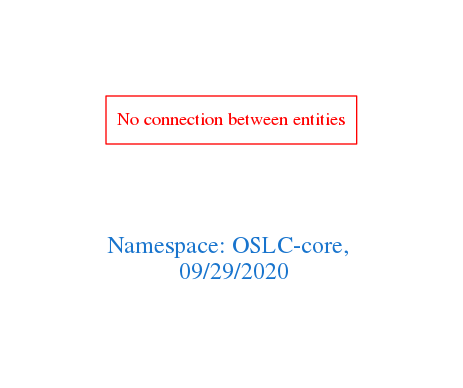
Above: downloads/OSLC-core.png in arago/OGIT (Graphviz), before the change. Its source is kept beside it as downloads/OSLC-core.dot.
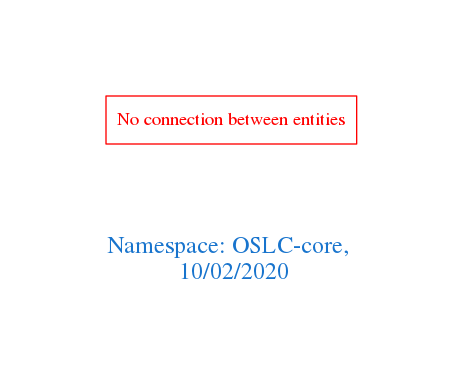
The same file after the commit.

What changed in the source:
```diff
@@ -1,7 +1,7 @@
 digraph OGIT_ontology {
  graph [ rankdir= LR,pad=1
 fontsize = 18,
-fontcolor= dodgerblue3,label = "\n\n\nNamespace: OSLC-core, \n 09/29/2020"];
+fontcolor= dodgerblue3,label = "\n\n\nNamespace: OSLC-core, \n 10/02/2020"];
 node[shape=polygon];
 edge [  color="gray81"];
 
```
